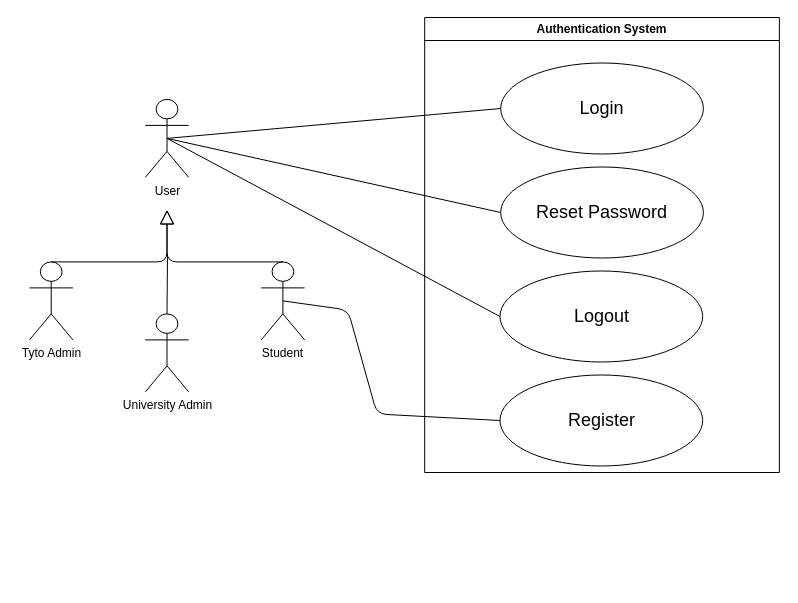
Before: page "Authentication System" (1 of 6) of docs/diagrams/requirements/Requirements.drawio in COS301-SE-2026/UMTAS, a draw.io diagram. Source tidied: cells renumbered, new cells numbered last; positions are measured from the earlier drawing's top-left corner, leaving out a move shared by most shapes. Both pictures are drawn from the tidied source at 100%, with x=0, y=0 at pixel (29, 17).
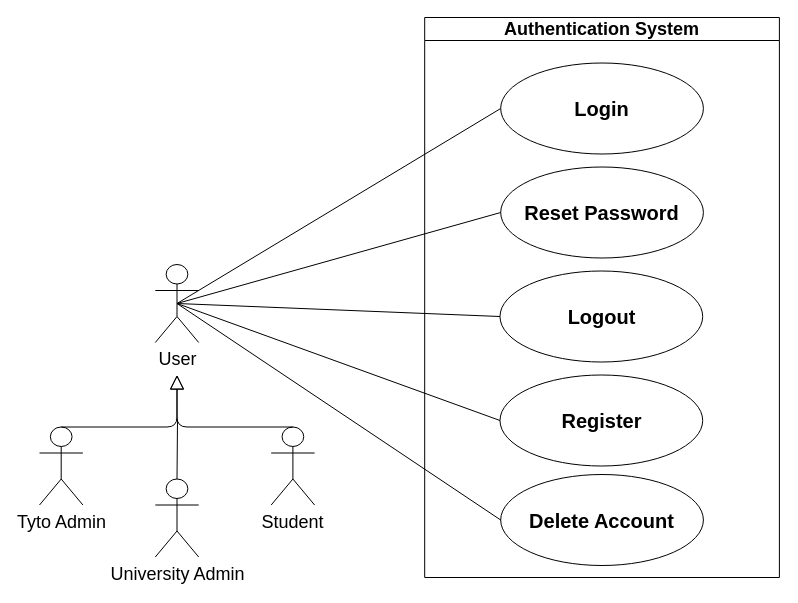
After the change.

Commit message (it also covers changes not shown here):
docs(useCases): updated diagram for authentication system with some formatting for use cases

Unchanged cells that the change refers to:
```xml
<mxCell id="5" style="group;" parent="3" vertex="1">
  <mxGeometry y="110.5" width="275.1" height="182" as="geometry" />
</mxCell>
```

The edit, as a diff of the source:
```diff
@@
+    <mxCell id="22" style="group;" parent="1" vertex="1">
+      <mxGeometry width="750" height="560" as="geometry" />
+    </mxCell>
-    <mxCell id="2" style="group;" parent="1" vertex="1">
-      <mxGeometry width="750" height="455" as="geometry" />
+    <mxCell id="2" style="group;" parent="22" vertex="1">
+      <mxGeometry width="750" height="560" as="geometry" />
     </mxCell>
     <mxCell id="3" style="group;" parent="2" vertex="1">
-      <mxGeometry y="81.9" width="275.1" height="292.5" as="geometry" />
+      <mxGeometry x="10" y="247" width="275.1" height="292.5" as="geometry" />
     </mxCell>
-    <mxCell id="4" value="User" style="shape=umlActor;verticalLabelPosition=bottom;verticalAlign=top;html=1;outlineConnect=0;" parent="3" vertex="1">
+    <mxCell id="4" value="&lt;font style=&quot;font-size: 18px;&quot;&gt;User&lt;/font&gt;" style="shape=umlActor;verticalLabelPosition=bottom;verticalAlign=top;html=1;outlineConnect=0;" parent="3" vertex="1">
       <mxGeometry x="115.8" width="43.4" height="78" as="geometry" />
     </mxCell>
@@
-    <mxCell id="6" value="Tyto Admin" style="shape=umlActor;verticalLabelPosition=bottom;verticalAlign=top;html=1;outlineConnect=0;" parent="5" vertex="1">
+    <mxCell id="6" value="&lt;font style=&quot;font-size: 18px;&quot;&gt;Tyto Admin&lt;/font&gt;" style="shape=umlActor;verticalLabelPosition=bottom;verticalAlign=top;html=1;outlineConnect=0;" parent="5" vertex="1">
       <mxGeometry y="52" width="43.4" height="78" as="geometry" />
     </mxCell>
-    <mxCell id="7" value="University Admin" style="shape=umlActor;verticalLabelPosition=bottom;verticalAlign=top;html=1;outlineConnect=0;" parent="5" vertex="1">
+    <mxCell id="7" value="&lt;font style=&quot;font-size: 18px;&quot;&gt;University Admin&lt;/font&gt;" style="shape=umlActor;verticalLabelPosition=bottom;verticalAlign=top;html=1;outlineConnect=0;" parent="5" vertex="1">
       <mxGeometry x="115.8" y="104" width="43.4" height="78" as="geometry" />
     </mxCell>
-    <mxCell id="8" value="Student" style="shape=umlActor;verticalLabelPosition=bottom;verticalAlign=top;html=1;outlineConnect=0;" parent="5" vertex="1">
+    <mxCell id="8" value="&lt;font style=&quot;font-size: 18px;&quot;&gt;Student&lt;/font&gt;" style="shape=umlActor;verticalLabelPosition=bottom;verticalAlign=top;html=1;outlineConnect=0;" parent="5" vertex="1">
       <mxGeometry x="231.7" y="52" width="43.4" height="78" as="geometry" />
     </mxCell>
@@
     <mxCell id="11" style="group;" parent="2" vertex="1">
-      <mxGeometry x="318.5" width="431.5" height="455" as="geometry" />
+      <mxGeometry x="318.5" width="431.5" height="560" as="geometry" />
     </mxCell>
-    <mxCell id="12" value="Authentication System" style="swimlane;whiteSpace=wrap;html=1;" parent="11" vertex="1">
-      <mxGeometry x="76.7" width="354.7" height="455" as="geometry" />
+    <mxCell id="12" value="&lt;font style=&quot;font-size: 18px;&quot;&gt;Authentication System&lt;/font&gt;" style="swimlane;whiteSpace=wrap;html=1;" parent="11" vertex="1">
+      <mxGeometry x="76.7" width="354.7" height="560" as="geometry" />
     </mxCell>
-    <mxCell id="13" value="&lt;font style=&quot;font-size: 18px;&quot;&gt;Logout&lt;/font&gt;" style="ellipse;whiteSpace=wrap;html=1;" parent="12" vertex="1">
+    <mxCell id="13" value="&lt;font style=&quot;font-size: 20px;&quot;&gt;&lt;b&gt;Logout&lt;/b&gt;&lt;/font&gt;" style="ellipse;whiteSpace=wrap;html=1;" parent="12" vertex="1">
       <mxGeometry x="75.3" y="253.5" width="202.7" height="91" as="geometry" />
     </mxCell>
-    <mxCell id="14" value="&lt;font style=&quot;font-size: 18px;&quot;&gt;Login&lt;/font&gt;" style="ellipse;whiteSpace=wrap;html=1;" parent="12" vertex="1">
+    <mxCell id="14" value="&lt;font style=&quot;font-size: 20px;&quot;&gt;&lt;b&gt;Login&lt;/b&gt;&lt;/font&gt;" style="ellipse;whiteSpace=wrap;html=1;" parent="12" vertex="1">
       <mxGeometry x="76" y="45.5" width="202.7" height="91" as="geometry" />
     </mxCell>
-    <mxCell id="15" value="&lt;font style=&quot;font-size: 18px;&quot;&gt;Reset Password&lt;/font&gt;" style="ellipse;whiteSpace=wrap;html=1;" parent="12" vertex="1">
+    <mxCell id="15" value="&lt;font style=&quot;font-size: 20px;&quot;&gt;&lt;b&gt;Reset Password&lt;/b&gt;&lt;/font&gt;" style="ellipse;whiteSpace=wrap;html=1;" parent="12" vertex="1">
       <mxGeometry x="76" y="149.5" width="202.7" height="91" as="geometry" />
     </mxCell>
-    <mxCell id="16" value="&lt;font style=&quot;font-size: 18px;&quot;&gt;Register&lt;/font&gt;" style="ellipse;whiteSpace=wrap;html=1;" parent="12" vertex="1">
+    <mxCell id="16" value="&lt;font style=&quot;font-size: 20px;&quot;&gt;&lt;b&gt;Register&lt;/b&gt;&lt;/font&gt;" style="ellipse;whiteSpace=wrap;html=1;" parent="12" vertex="1">
       <mxGeometry x="75.3" y="357.5" width="202.7" height="91" as="geometry" />
     </mxCell>
+    <mxCell id="23" value="&lt;font style=&quot;font-size: 20px;&quot;&gt;&lt;b&gt;Delete Account&lt;/b&gt;&lt;/font&gt;" style="ellipse;whiteSpace=wrap;html=1;" parent="12" vertex="1">
+      <mxGeometry x="76" y="457" width="202.7" height="91" as="geometry" />
+    </mxCell>
@@
-    <mxCell id="20" style="endArrow=none;html=1;exitX=0.5;exitY=0.5;exitDx=0;exitDy=0;exitPerimeter=0;entryX=0;entryY=0.5;entryDx=0;entryDy=0;" parent="2" edge="1" source="8" target="16">
-      <mxGeometry relative="1" as="geometry">
-        <Array as="points">
-          <mxPoint x="318.5" y="292.5" />
-          <mxPoint x="347.5" y="396.5" />
-        </Array>
-      </mxGeometry>
-    </mxCell>
+    <mxCell id="24" style="endArrow=none;html=1;exitX=0.5;exitY=0.5;exitDx=0;exitDy=0;exitPerimeter=0;entryX=0;entryY=0.5;entryDx=0;entryDy=0;" parent="2" edge="1" source="4" target="16">
+      <mxGeometry relative="1" as="geometry" />
+    </mxCell>
+    <mxCell id="25" style="endArrow=none;html=1;exitX=0.5;exitY=0.5;exitDx=0;exitDy=0;exitPerimeter=0;entryX=0;entryY=0.5;entryDx=0;entryDy=0;" parent="2" edge="1" source="4" target="23">
+      <mxGeometry relative="1" as="geometry" />
+    </mxCell>
-    <mxCell id="21" style="endArrow=none;html=1;exitX=0.5;exitY=0;exitDx=0;exitDy=0;exitPerimeter=0;" parent="1" edge="1" source="7">
+    <mxCell id="21" style="endArrow=none;html=1;exitX=0.5;exitY=0;exitDx=0;exitDy=0;exitPerimeter=0;" parent="22" edge="1" source="7">
       <mxGeometry relative="1" as="geometry">
-        <mxPoint x="138" y="237" as="targetPoint" />
+        <mxPoint x="148" y="402.1" as="targetPoint" />
       </mxGeometry>
     </mxCell>
```
